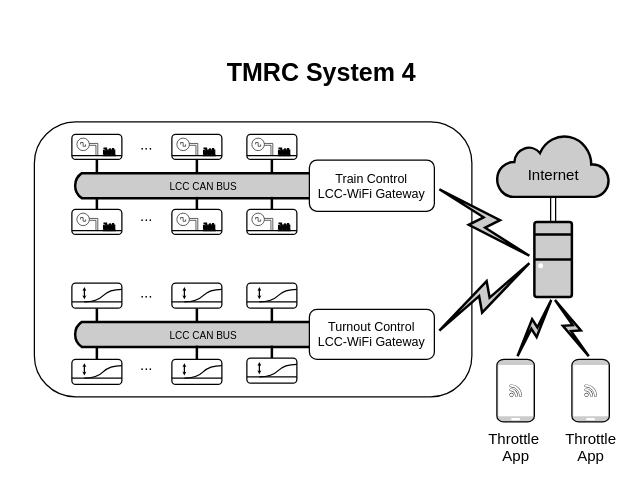
TechModelRailroadClub/web keeps this draw.io diagram as assets/img/system4/TMRC_System4.drawio. Above is the earlier version. Source tidied: cells renumbered, new cells numbered last; positions are measured from the earlier drawing's top-left corner, leaving out a move shared by most shapes. Both pictures are drawn from the tidied source at 125%, with x=0, y=0 at pixel (21, 21).
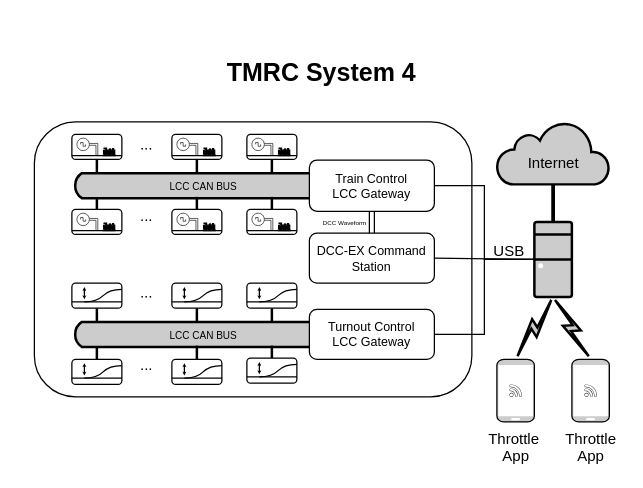
After the change.

Unchanged cells that the change refers to:
```xml
<mxCell id="3" style="fontColor=#0066CC;verticalAlign=top;verticalLabelPosition=bottom;labelPosition=center;align=center;html=1;outlineConnect=0;fillColor=#CCCCCC;strokeColor=default;gradientColor=none;gradientDirection=north;strokeWidth=2;shape=mxgraph.networks.desktop_pc;" parent="1" vertex="1">
  <mxGeometry x="410" y="160" width="30" height="60" as="geometry" />
</mxCell>
```

The edit, as a diff of the source:
```diff
@@
     <mxCell id="4" value="&lt;font&gt;&lt;br&gt;&lt;/font&gt;&lt;div&gt;&lt;font&gt;Internet&lt;/font&gt;&lt;/div&gt;" style="html=1;outlineConnect=0;fillColor=#CCCCCC;strokeColor=default;gradientColor=none;gradientDirection=north;strokeWidth=2;shape=mxgraph.networks.cloud;fontColor=default;" parent="1" vertex="1">
-      <mxGeometry x="380" y="90" width="90" height="50" as="geometry" />
+      <mxGeometry x="380" y="80" width="90" height="50" as="geometry" />
     </mxCell>
-    <mxCell id="5" style="html=1;outlineConnect=0;fillColor=#CCCCCC;strokeColor=default;gradientColor=none;gradientDirection=north;strokeWidth=2;shape=mxgraph.networks.comm_link_edge;html=1;rounded=0;entryX=0;entryY=0.5;entryDx=0;entryDy=0;entryPerimeter=0;exitX=1;exitY=0.5;exitDx=0;exitDy=0;" parent="1" edge="1" source="57" target="3">
-      <mxGeometry relative="1" as="geometry" />
-    </mxCell>
@@
-    <mxCell id="13" style="html=1;outlineConnect=0;fillColor=#CCCCCC;strokeColor=default;gradientColor=none;gradientDirection=north;strokeWidth=2;shape=mxgraph.networks.comm_link_edge;html=1;rounded=0;entryX=0;entryY=0.5;entryDx=0;entryDy=0;entryPerimeter=0;exitX=1;exitY=0.5;exitDx=0;exitDy=0;" parent="1" edge="1" source="37" target="3">
-      <mxGeometry relative="1" as="geometry" />
-    </mxCell>
@@
-    <mxCell id="36" style="edgeStyle=orthogonalEdgeStyle;shape=link;rounded=0;jettySize=auto;html=1;exitX=0.5;exitY=1;exitDx=0;exitDy=0;exitPerimeter=0;entryX=0.5;entryY=0;entryDx=0;entryDy=0;entryPerimeter=0;strokeColor=default;" parent="1" edge="1" source="4" target="3">
+    <mxCell id="36" style="edgeStyle=orthogonalEdgeStyle;rounded=0;jettySize=auto;html=1;exitX=0.5;exitY=1;exitDx=0;exitDy=0;exitPerimeter=0;entryX=0.5;entryY=0;entryDx=0;entryDy=0;entryPerimeter=0;strokeColor=default;endArrow=none;endFill=0;strokeWidth=3;" parent="1" edge="1" source="4" target="3">
       <mxGeometry relative="1" as="geometry" />
     </mxCell>
-    <mxCell id="37" value="&lt;div style=&quot;font-size: 10px;&quot;&gt;&lt;font style=&quot;font-size: 10px;&quot;&gt;Turnout Control&lt;/font&gt;&lt;/div&gt;&lt;div style=&quot;font-size: 10px;&quot;&gt;&lt;font style=&quot;font-size: 10px;&quot;&gt;LCC-WiFi Gateway&lt;/font&gt;&lt;/div&gt;" style="rounded=1;whiteSpace=wrap;html=1;strokeColor=default;fontColor=default;" parent="1" vertex="1">
+    <mxCell id="37" value="&lt;div style=&quot;font-size: 10px;&quot;&gt;&lt;font style=&quot;font-size: 10px;&quot;&gt;Turnout Control&lt;/font&gt;&lt;/div&gt;&lt;div style=&quot;font-size: 10px;&quot;&gt;&lt;font style=&quot;font-size: 10px;&quot;&gt;LCC Gateway&lt;/font&gt;&lt;/div&gt;" style="rounded=1;whiteSpace=wrap;html=1;strokeColor=default;fontColor=default;" parent="1" vertex="1">
       <mxGeometry x="230" y="230" width="100" height="40" as="geometry" />
     </mxCell>
@@
-    <mxCell id="57" value="&lt;div style=&quot;font-size: 10px;&quot;&gt;&lt;font style=&quot;font-size: 10px;&quot;&gt;Train Control&lt;/font&gt;&lt;/div&gt;&lt;div style=&quot;font-size: 10px;&quot;&gt;&lt;font style=&quot;font-size: 10px;&quot;&gt;LCC-WiFi Gateway&lt;/font&gt;&lt;/div&gt;" style="rounded=1;whiteSpace=wrap;html=1;strokeColor=default;fontColor=default;" parent="1" vertex="1">
+    <mxCell id="57" value="&lt;div style=&quot;font-size: 10px;&quot;&gt;&lt;font style=&quot;font-size: 10px;&quot;&gt;Train Control&lt;/font&gt;&lt;/div&gt;&lt;div style=&quot;font-size: 10px;&quot;&gt;&lt;font style=&quot;font-size: 10px;&quot;&gt;LCC Gateway&lt;/font&gt;&lt;/div&gt;" style="rounded=1;whiteSpace=wrap;html=1;strokeColor=default;fontColor=default;" parent="1" vertex="1">
       <mxGeometry x="230" y="110.5" width="100" height="41" as="geometry" />
     </mxCell>
@@
+    <mxCell id="101" value="&lt;p style=&quot;line-height: 100%;&quot;&gt;&lt;font style=&quot;font-size: 10px;&quot;&gt;DCC-EX&amp;nbsp;&lt;/font&gt;&lt;span style=&quot;font-size: 10px; background-color: initial;&quot;&gt;Command Station&lt;/span&gt;&lt;/p&gt;" style="rounded=1;whiteSpace=wrap;html=1;align=center;" parent="1" vertex="1">
+      <mxGeometry x="230" y="169" width="100" height="40" as="geometry" />
+    </mxCell>
+    <mxCell id="102" style="endArrow=none;html=1;rounded=0;entryX=0.5;entryY=1;entryDx=0;entryDy=0;exitX=0.5;exitY=0;exitDx=0;exitDy=0;shape=link;" parent="1" edge="1" source="101" target="57">
+      <mxGeometry relative="1" as="geometry" />
+    </mxCell>
+    <mxCell id="13" style="endArrow=none;html=1;rounded=0;entryX=0;entryY=0.5;entryDx=0;entryDy=0;entryPerimeter=0;exitX=1;exitY=0.5;exitDx=0;exitDy=0;edgeStyle=orthogonalEdgeStyle;" parent="1" edge="1" source="37" target="3">
+      <mxGeometry relative="1" as="geometry">
+        <Array as="points">
+          <mxPoint x="370" y="250" />
+          <mxPoint x="370" y="190" />
+        </Array>
+      </mxGeometry>
+    </mxCell>
+    <mxCell id="103" style="endArrow=none;html=1;rounded=0;entryX=0;entryY=0.5;entryDx=0;entryDy=0;entryPerimeter=0;exitX=1;exitY=0.5;exitDx=0;exitDy=0;" parent="1" edge="1" source="101" target="3">
+      <mxGeometry relative="1" as="geometry" />
+    </mxCell>
+    <mxCell id="104" value="USB" style="text;html=1;align=center;verticalAlign=middle;whiteSpace=wrap;rounded=0;" parent="1" vertex="1">
+      <mxGeometry x="370" y="169" width="40" height="30" as="geometry" />
+    </mxCell>
+    <mxCell id="5" style="endArrow=none;html=1;rounded=0;entryX=0;entryY=0.5;entryDx=0;entryDy=0;entryPerimeter=0;exitX=1;exitY=0.5;exitDx=0;exitDy=0;edgeStyle=orthogonalEdgeStyle;" parent="1" edge="1" source="57" target="3">
+      <mxGeometry relative="1" as="geometry" />
+    </mxCell>
+    <mxCell id="105" value="&lt;p style=&quot;line-height: 240%;&quot;&gt;&lt;font style=&quot;font-size: 5px;&quot;&gt;DCC Waveform&amp;nbsp;&amp;nbsp;&lt;/font&gt;&lt;/p&gt;" style="text;html=1;align=center;verticalAlign=middle;whiteSpace=wrap;rounded=0;" parent="1" vertex="1">
+      <mxGeometry x="240" y="155.8" width="40" height="8.5" as="geometry" />
+    </mxCell>
```
